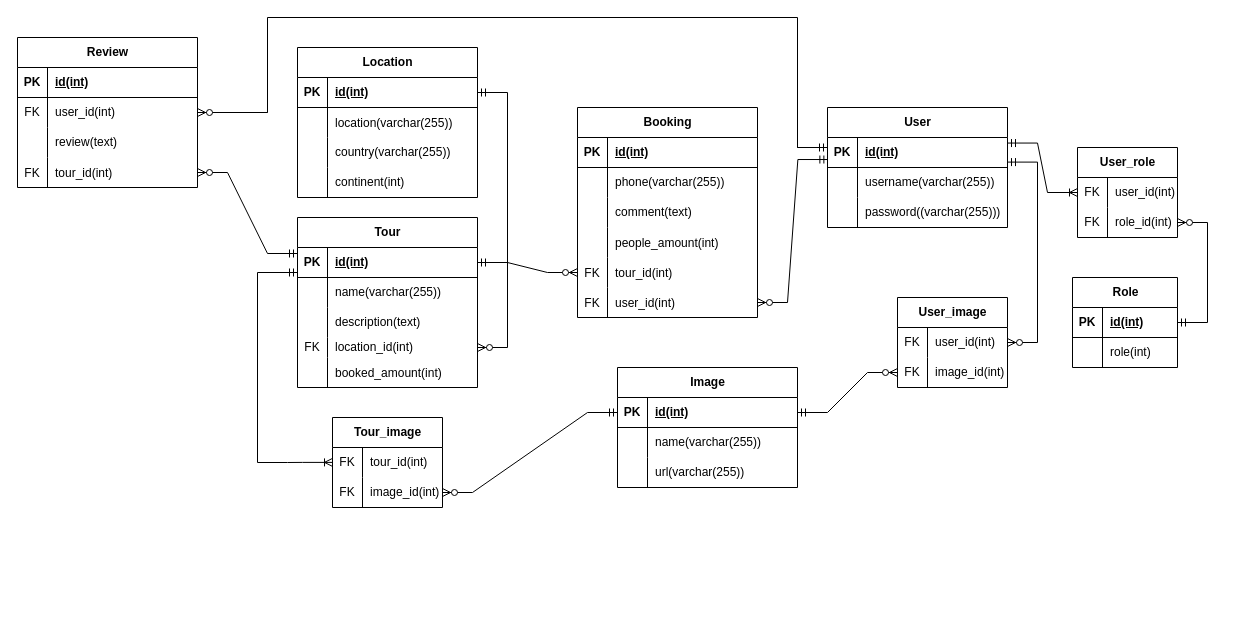
Earlier version of the draw.io diagram diagrams/ERD.drawio (nastenka-ooops/Adventura). Source tidied: cells renumbered, new cells numbered last; positions are measured from the earlier drawing's top-left corner, leaving out a move shared by most shapes. Both pictures are drawn from the tidied source at 100%, with x=0, y=0 at pixel (-43, 17).
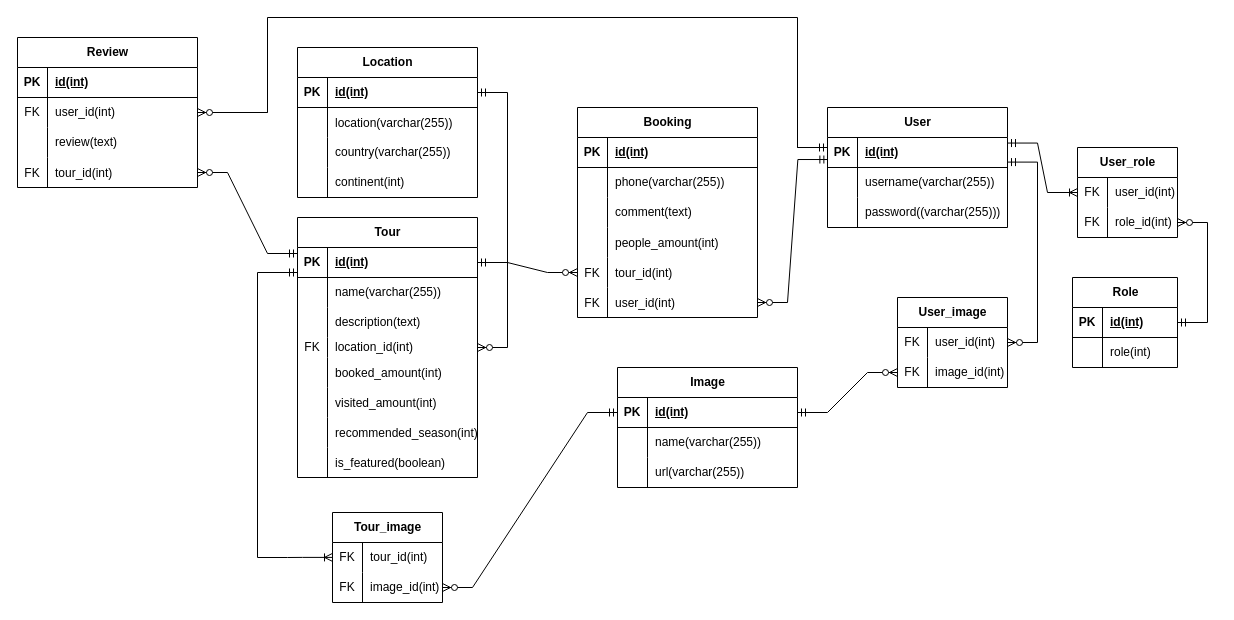
After the change.

Change to the diagram source:
```diff
@@
     <mxCell id="2" value="Tour" style="shape=table;startSize=30;childLayout=tableLayout;rowLines=0;fontStyle=1;align=center;html=1;" parent="1" vertex="1">
-      <mxGeometry x="340" y="200" width="180" height="170" as="geometry" />
+      <mxGeometry x="340" y="200" width="180" height="260" as="geometry" />
     </mxCell>
@@
+    <mxCell id="126" style="shape=tableRow;horizontal=0;startSize=0;swimlaneHead=0;swimlaneBody=0;fillColor=none;top=0;left=0;right=0;bottom=0;" parent="2" vertex="1">
+      <mxGeometry y="170" width="180" height="30" as="geometry" />
+    </mxCell>
+    <mxCell id="127" style="shape=partialRectangle;fillColor=none;top=0;left=0;bottom=0;right=0;overflow=hidden;" parent="126" vertex="1">
+      <mxGeometry width="30" height="30" as="geometry" />
+    </mxCell>
+    <mxCell id="128" value="visited_amount(int)" style="shape=partialRectangle;fillColor=none;top=0;left=0;bottom=0;right=0;align=left;spacingLeft=6;overflow=hidden;" parent="126" vertex="1">
+      <mxGeometry x="30" width="150" height="30" as="geometry" />
+    </mxCell>
+    <mxCell id="129" style="shape=tableRow;horizontal=0;startSize=0;swimlaneHead=0;swimlaneBody=0;fillColor=none;top=0;left=0;right=0;bottom=0;" parent="2" vertex="1">
+      <mxGeometry y="200" width="180" height="30" as="geometry" />
+    </mxCell>
+    <mxCell id="130" style="shape=partialRectangle;fillColor=none;top=0;left=0;bottom=0;right=0;overflow=hidden;" parent="129" vertex="1">
+      <mxGeometry width="30" height="30" as="geometry" />
+    </mxCell>
+    <mxCell id="131" value="recommended_season(int)" style="shape=partialRectangle;fillColor=none;top=0;left=0;bottom=0;right=0;align=left;spacingLeft=6;overflow=hidden;" parent="129" vertex="1">
+      <mxGeometry x="30" width="150" height="30" as="geometry" />
+    </mxCell>
+    <mxCell id="132" style="shape=tableRow;horizontal=0;startSize=0;swimlaneHead=0;swimlaneBody=0;fillColor=none;top=0;left=0;right=0;bottom=0;" parent="2" vertex="1">
+      <mxGeometry y="230" width="180" height="30" as="geometry" />
+    </mxCell>
+    <mxCell id="133" style="shape=partialRectangle;fillColor=none;top=0;left=0;bottom=0;right=0;overflow=hidden;" parent="132" vertex="1">
+      <mxGeometry width="30" height="30" as="geometry" />
+    </mxCell>
+    <mxCell id="134" value="is_featured(boolean)" style="shape=partialRectangle;fillColor=none;top=0;left=0;bottom=0;right=0;align=left;spacingLeft=6;overflow=hidden;" parent="132" vertex="1">
+      <mxGeometry x="30" width="150" height="30" as="geometry" />
+    </mxCell>
@@
     <mxCell id="106" value="Tour_image" style="shape=table;startSize=30;childLayout=tableLayout;rowLines=0;fontStyle=1;align=center;html=1;" parent="1" vertex="1">
-      <mxGeometry x="375" y="400" width="110" height="90" as="geometry" />
+      <mxGeometry x="375" y="495" width="110" height="90" as="geometry" />
     </mxCell>
@@
     <mxCell id="114" style="edgeStyle=entityRelationEdgeStyle;fontSize=12;html=1;endArrow=ERoneToMany;rounded=0;" parent="1" edge="1">
       <mxGeometry relative="1" as="geometry">
-        <mxPoint x="300" y="445" as="sourcePoint" />
-        <mxPoint x="375" y="444.9" as="targetPoint" />
+        <mxPoint x="300" y="540" as="sourcePoint" />
+        <mxPoint x="375" y="539.9" as="targetPoint" />
       </mxGeometry>
     </mxCell>
     <mxCell id="115" style="endArrow=none;html=1;rounded=0;" parent="1" edge="1">
       <mxGeometry relative="1" as="geometry">
         <mxPoint x="300" y="255" as="sourcePoint" />
-        <mxPoint x="300" y="445" as="targetPoint" />
+        <mxPoint x="300" y="540" as="targetPoint" />
       </mxGeometry>
     </mxCell>
```
